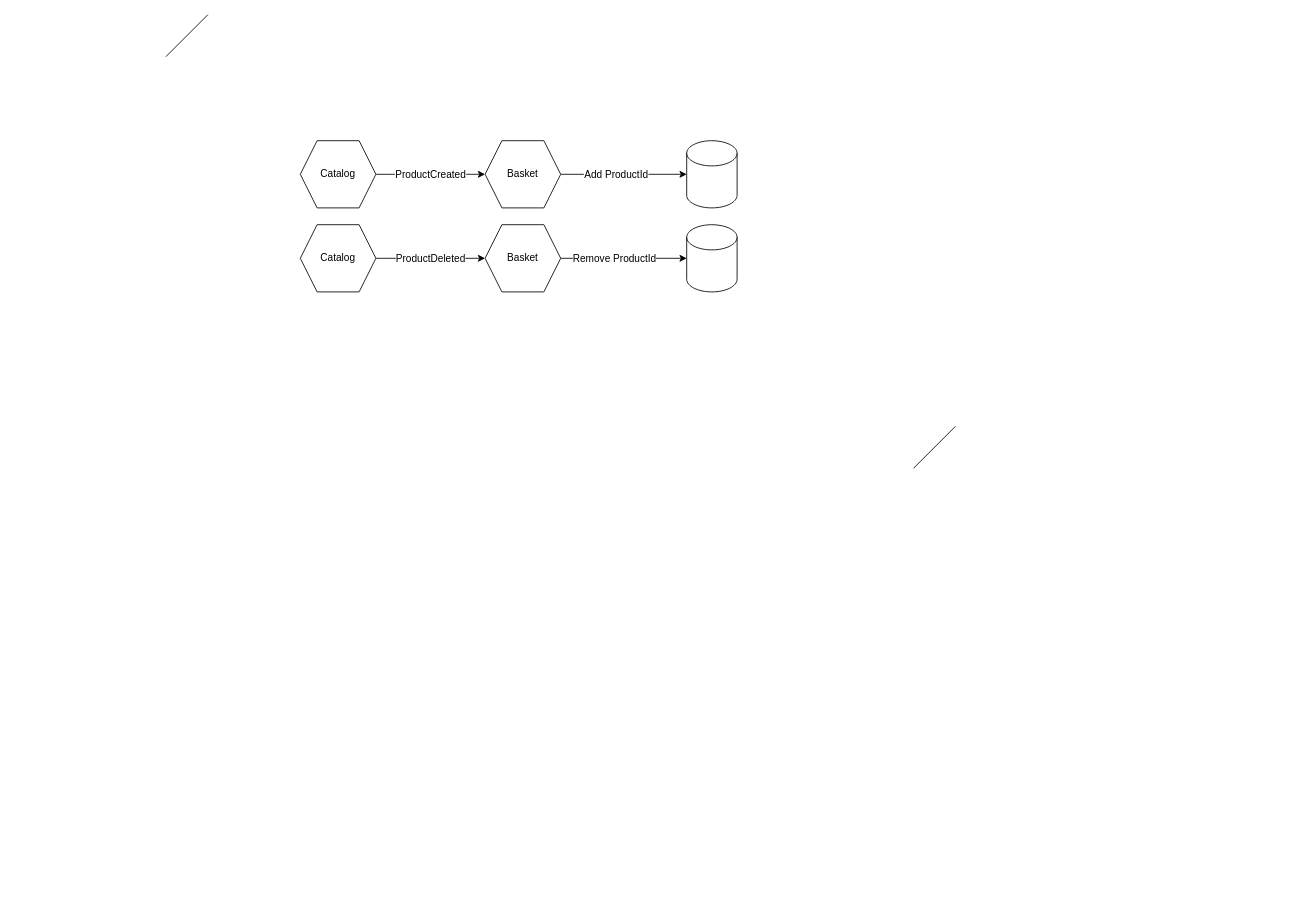
Before: page "Integration Events" (3 of 3) of Diagrams/Modular Monolith.drawio in PacktPublishing/Architecting-ASP.NET-Core-Applications-3E, a draw.io diagram. Source tidied: cells renumbered, new cells numbered last; positions are measured from the earlier drawing's top-left corner, leaving out a move shared by most shapes. Both pictures are drawn from the tidied source at 84%, with x=0, y=0 at pixel (165, 14).
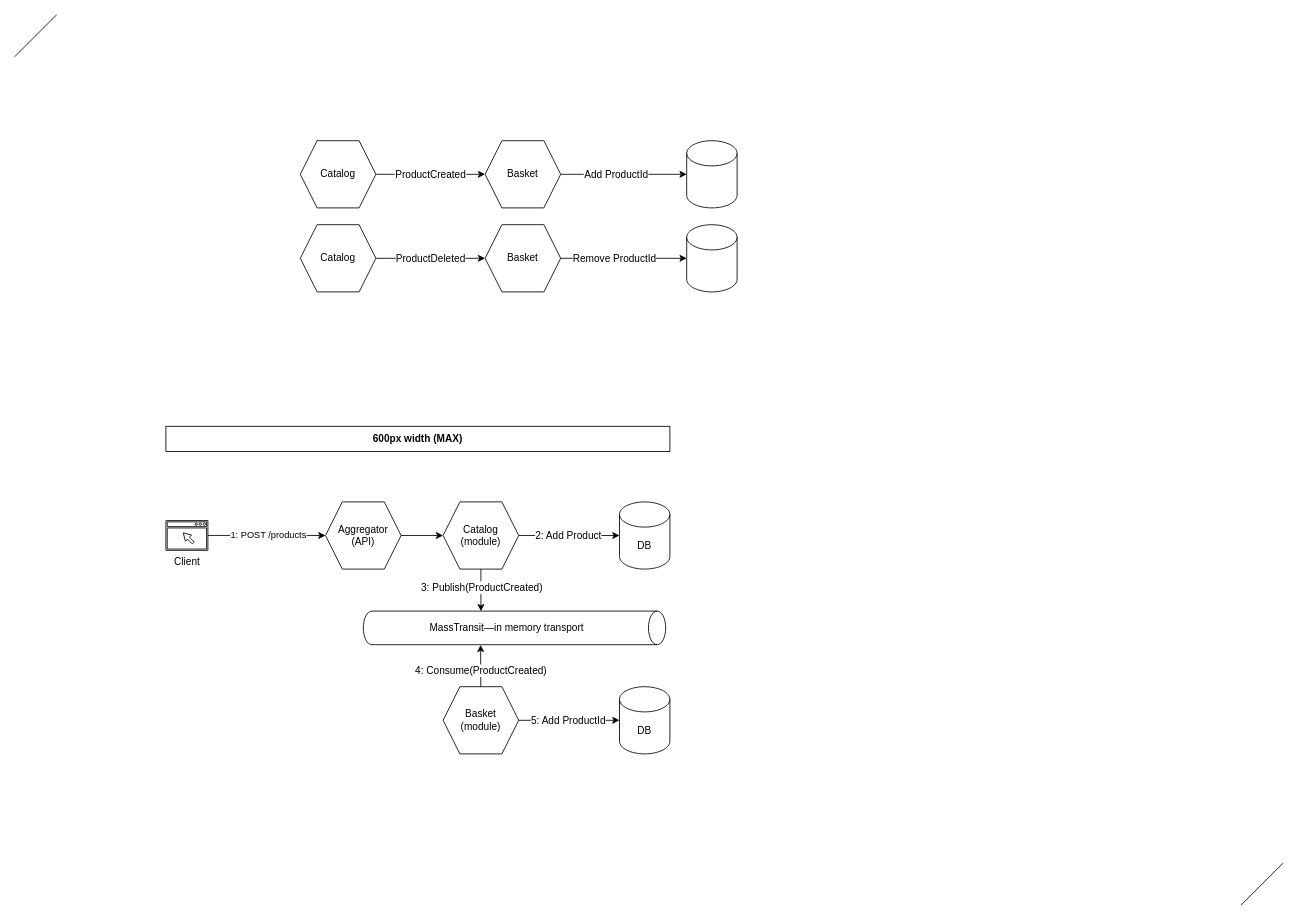
The same diagram, later.

Diff of the diagram source:
```diff
@@
     <mxCell id="16" style="endArrow=none;html=1;rounded=1;fontSize=12;fillColor=default;" parent="1" edge="1">
       <mxGeometry relative="1" as="geometry">
-        <mxPoint y="50" as="sourcePoint" />
-        <mxPoint x="50" as="targetPoint" />
+        <mxPoint x="-180" y="50" as="sourcePoint" />
+        <mxPoint x="-130" as="targetPoint" />
       </mxGeometry>
     </mxCell>
     <mxCell id="17" style="endArrow=none;html=1;rounded=1;fontSize=12;fillColor=default;" parent="1" edge="1">
       <mxGeometry relative="1" as="geometry">
-        <mxPoint x="890" y="540" as="sourcePoint" />
-        <mxPoint x="940" y="490" as="targetPoint" />
+        <mxPoint x="1280" y="1060" as="sourcePoint" />
+        <mxPoint x="1330" y="1010" as="targetPoint" />
       </mxGeometry>
     </mxCell>
+    <mxCell id="18" style="rounded=1;html=1;fontSize=12;startArrow=none;startFill=0;fillColor=default;entryX=0.004;entryY=0.611;entryDx=0;entryDy=0;entryPerimeter=0;" parent="1" edge="1" source="20" target="25">
+      <mxGeometry relative="1" as="geometry" />
+    </mxCell>
+    <mxCell id="19" value="3: Publish(ProductCreated)" style="edgeLabel;html=1;align=center;verticalAlign=middle;fontSize=12;" parent="18" vertex="1">
+      <mxGeometry x="-0.22" y="2" relative="1" as="geometry">
+        <mxPoint x="-2" y="2" as="offset" />
+      </mxGeometry>
+    </mxCell>
+    <mxCell id="20" value="Catalog&lt;br&gt;(module)" style="shape=hexagon;perimeter=hexagonPerimeter2;whiteSpace=wrap;html=1;fixedSize=1;rounded=0;labelBackgroundColor=none;sketch=0;strokeColor=default;strokeWidth=1;fontSize=12;fillColor=default;" parent="1" vertex="1">
+      <mxGeometry x="330" y="580" width="90" height="80" as="geometry" />
+    </mxCell>
+    <mxCell id="21" style="rounded=1;html=1;fontSize=12;startArrow=none;startFill=0;fillColor=default;" parent="1" edge="1" source="23" target="24">
+      <mxGeometry relative="1" as="geometry" />
+    </mxCell>
+    <mxCell id="22" value="5: Add ProductId" style="edgeLabel;html=1;align=center;verticalAlign=middle;fontSize=12;" parent="21" vertex="1">
+      <mxGeometry x="-0.54" y="1" relative="1" as="geometry">
+        <mxPoint x="30" y="1" as="offset" />
+      </mxGeometry>
+    </mxCell>
+    <mxCell id="23" value="Basket&lt;br&gt;(module)" style="shape=hexagon;perimeter=hexagonPerimeter2;whiteSpace=wrap;html=1;fixedSize=1;rounded=0;labelBackgroundColor=none;sketch=0;strokeColor=default;strokeWidth=1;fontSize=12;fillColor=default;" parent="1" vertex="1">
+      <mxGeometry x="330" y="800" width="90" height="80" as="geometry" />
+    </mxCell>
+    <mxCell id="24" value="DB" style="shape=cylinder3;whiteSpace=wrap;html=1;boundedLbl=1;backgroundOutline=1;size=15;rounded=0;labelBackgroundColor=none;sketch=0;strokeColor=default;strokeWidth=1;fontSize=12;fillColor=default;" parent="1" vertex="1">
+      <mxGeometry x="540" y="800" width="60" height="80" as="geometry" />
+    </mxCell>
+    <mxCell id="25" value="MassTransit—in memory transport" style="shape=cylinder3;whiteSpace=wrap;html=1;boundedLbl=1;backgroundOutline=1;size=10.263157894736992;rounded=0;sketch=0;strokeColor=default;strokeWidth=1;fontSize=12;horizontal=0;rotation=90;" parent="1" vertex="1">
+      <mxGeometry x="395" y="550" width="40" height="360" as="geometry" />
+    </mxCell>
+    <mxCell id="26" style="rounded=1;html=1;fontSize=12;startArrow=none;startFill=0;fillColor=default;entryX=1.004;entryY=0.612;entryDx=0;entryDy=0;entryPerimeter=0;" parent="1" edge="1" source="23" target="25">
+      <mxGeometry relative="1" as="geometry" />
+    </mxCell>
+    <mxCell id="27" value="4: Consume(ProductCreated)" style="edgeLabel;html=1;align=center;verticalAlign=middle;fontSize=12;" parent="26" vertex="1">
+      <mxGeometry x="-0.22" y="2" relative="1" as="geometry">
+        <mxPoint x="2" y="-1" as="offset" />
+      </mxGeometry>
+    </mxCell>
+    <mxCell id="28" style="rounded=1;html=1;fontSize=12;startArrow=none;startFill=0;fillColor=default;" parent="1" edge="1" source="20" target="30">
+      <mxGeometry relative="1" as="geometry" />
+    </mxCell>
+    <mxCell id="29" value="2: Add Product" style="edgeLabel;html=1;align=center;verticalAlign=middle;fontSize=12;" parent="28" vertex="1">
+      <mxGeometry x="-0.54" y="1" relative="1" as="geometry">
+        <mxPoint x="30" y="1" as="offset" />
+      </mxGeometry>
+    </mxCell>
+    <mxCell id="30" value="DB" style="shape=cylinder3;whiteSpace=wrap;html=1;boundedLbl=1;backgroundOutline=1;size=15;rounded=0;labelBackgroundColor=none;sketch=0;strokeColor=default;strokeWidth=1;fontSize=12;fillColor=default;" parent="1" vertex="1">
+      <mxGeometry x="540" y="580" width="60" height="80" as="geometry" />
+    </mxCell>
+    <mxCell id="31" style="edgeStyle=none;rounded=1;html=1;fontSize=12;startArrow=none;startFill=0;fillColor=default;" parent="1" edge="1" source="32" target="20">
+      <mxGeometry relative="1" as="geometry" />
+    </mxCell>
+    <mxCell id="32" value="Aggregator&lt;br&gt;(API)" style="shape=hexagon;perimeter=hexagonPerimeter2;whiteSpace=wrap;html=1;fixedSize=1;rounded=0;sketch=0;strokeWidth=1;fontSize=12;strokeColor=default;" parent="1" vertex="1">
+      <mxGeometry x="190" y="580" width="90" height="80" as="geometry" />
+    </mxCell>
+    <mxCell id="33" style="edgeStyle=elbowEdgeStyle;rounded=1;html=1;fontSize=12;startArrow=none;startFill=0;fillColor=default;" parent="1" edge="1" source="35" target="32">
+      <mxGeometry relative="1" as="geometry" />
+    </mxCell>
+    <mxCell id="34" value="1: POST /products" style="edgeLabel;html=1;align=center;verticalAlign=middle;fontSize=11;" parent="33" vertex="1">
+      <mxGeometry x="-0.36" relative="1" as="geometry">
+        <mxPoint x="26" as="offset" />
+      </mxGeometry>
+    </mxCell>
+    <mxCell id="35" value="Client" style="sketch=0;shadow=0;dashed=0;html=1;strokeColor=default;fillColor=default;labelPosition=center;verticalLabelPosition=bottom;verticalAlign=top;align=center;outlineConnect=0;shape=mxgraph.vvd.web_browser;rounded=0;labelBackgroundColor=default;strokeWidth=1;fontSize=12;" parent="1" vertex="1">
+      <mxGeometry y="602.2" width="50" height="35.5" as="geometry" />
+    </mxCell>
+    <mxCell id="36" value="600px width (MAX)" style="rounded=0;whiteSpace=wrap;html=1;align=center;fontStyle=1;" parent="1" vertex="1">
+      <mxGeometry y="490" width="600" height="30" as="geometry" />
+    </mxCell>
```
